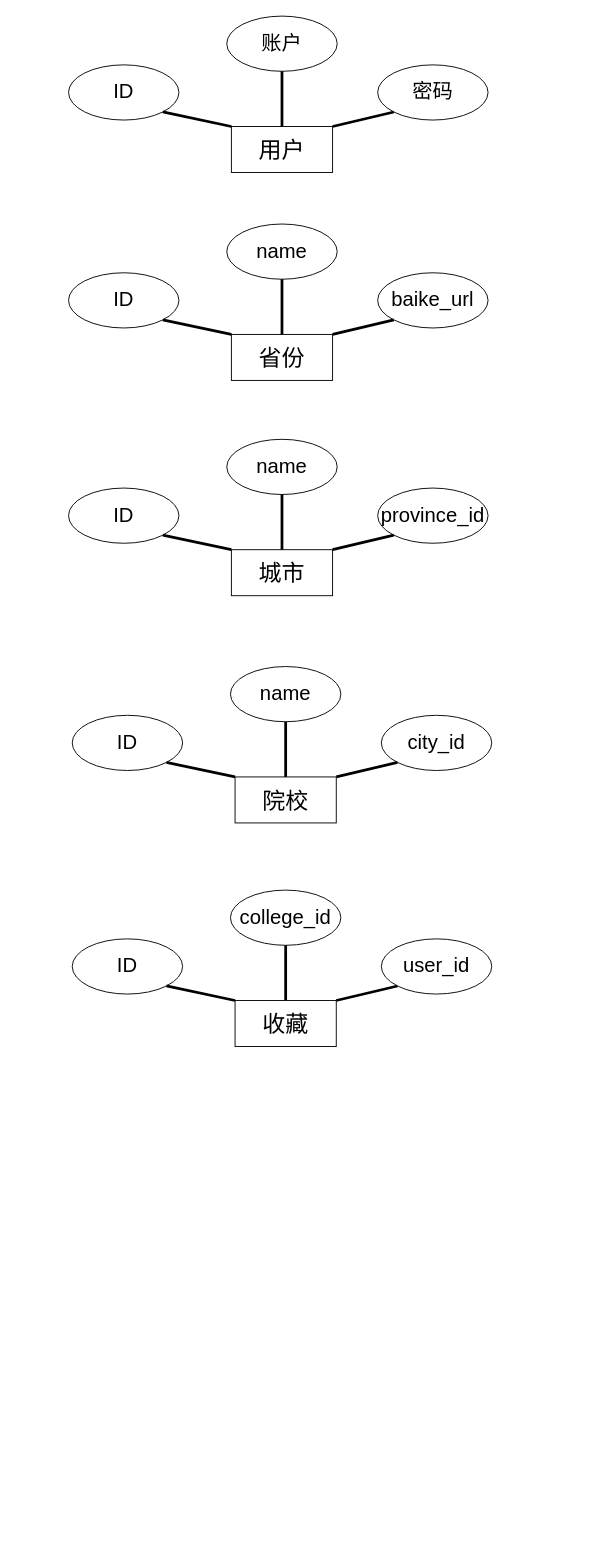
OnetakeDL/iodraw-files keeps this draw.io diagram as user.drawio. Above is the earlier version. Source tidied: cells renumbered, new cells numbered last; positions are measured from the earlier drawing's top-left corner, leaving out a move shared by most shapes. Both pictures are drawn from the tidied source at 92%, with x=0, y=0 at pixel (68, 16).
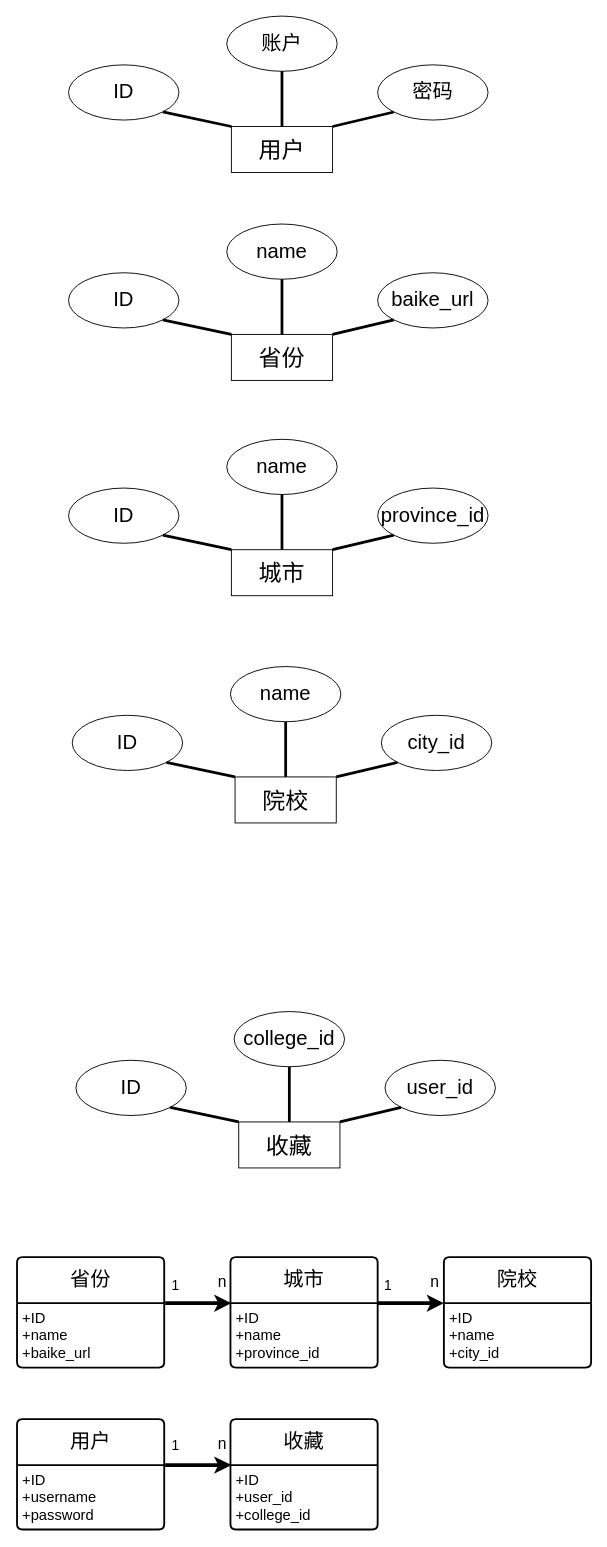
The same diagram, later.

Diff of the diagram source:
```diff
@@
     <mxCell id="30" value="&lt;span style=&quot;font-size: 25px;&quot;&gt;收藏&lt;/span&gt;" style="html=1;whiteSpace=wrap;" parent="1" vertex="1">
-      <mxGeometry x="181" y="1070" width="110" height="50" as="geometry" />
+      <mxGeometry x="185" y="1202" width="110" height="50" as="geometry" />
     </mxCell>
     <mxCell id="31" value="&lt;font style=&quot;font-size: 22px;&quot;&gt;college_id&lt;/font&gt;" style="ellipse;whiteSpace=wrap;html=1;" parent="1" vertex="1">
-      <mxGeometry x="176" y="950" width="120" height="60" as="geometry" />
+      <mxGeometry x="180" y="1082" width="120" height="60" as="geometry" />
     </mxCell>
     <mxCell id="32" value="&lt;font style=&quot;font-size: 22px;&quot;&gt;ID&lt;/font&gt;" style="ellipse;whiteSpace=wrap;html=1;" parent="1" vertex="1">
-      <mxGeometry x="4" y="1003" width="120" height="60" as="geometry" />
+      <mxGeometry x="8" y="1135" width="120" height="60" as="geometry" />
     </mxCell>
     <mxCell id="33" value="&lt;font style=&quot;font-size: 22px;&quot;&gt;user_id&lt;/font&gt;" style="ellipse;whiteSpace=wrap;html=1;" parent="1" vertex="1">
-      <mxGeometry x="340" y="1003" width="120" height="60" as="geometry" />
+      <mxGeometry x="344" y="1135" width="120" height="60" as="geometry" />
     </mxCell>
@@
+    <mxCell id="37" value="&lt;font style=&quot;font-size: 22px;&quot;&gt;省份&lt;/font&gt;" style="swimlane;horizontal=1;startSize=50;rounded=1;fontSize=14;fontStyle=0;strokeWidth=2;shadow=0;dashed=0;align=center;arcSize=4;whiteSpace=wrap;html=1;" parent="1" vertex="1">
+      <mxGeometry x="-56" y="1349" width="160" height="120" as="geometry" />
+    </mxCell>
+    <mxCell id="38" value="&lt;font style=&quot;font-size: 16px;&quot;&gt;+ID&lt;br&gt;+name&lt;br&gt;+baike_url&lt;/font&gt;" style="align=left;strokeColor=none;fillColor=none;spacingLeft=4;fontSize=12;verticalAlign=top;html=1;" parent="37" vertex="1">
+      <mxGeometry y="50" width="160" height="70" as="geometry" />
+    </mxCell>
+    <mxCell id="39" value="&lt;span style=&quot;font-size: 22px;&quot;&gt;城市&lt;/span&gt;" style="swimlane;horizontal=1;startSize=50;rounded=1;fontSize=14;fontStyle=0;strokeWidth=2;shadow=0;dashed=0;align=center;arcSize=4;whiteSpace=wrap;html=1;" parent="1" vertex="1">
+      <mxGeometry x="176" y="1349" width="160" height="120" as="geometry" />
+    </mxCell>
+    <mxCell id="40" value="&lt;font style=&quot;font-size: 16px;&quot;&gt;+ID&lt;br&gt;+name&lt;br&gt;+province_id&lt;/font&gt;" style="align=left;strokeColor=none;fillColor=none;spacingLeft=4;fontSize=12;verticalAlign=top;html=1;" parent="39" vertex="1">
+      <mxGeometry y="50" width="160" height="70" as="geometry" />
+    </mxCell>
+    <mxCell id="41" value="&lt;font style=&quot;font-size: 22px;&quot;&gt;院校&lt;/font&gt;" style="swimlane;horizontal=1;startSize=50;rounded=1;fontSize=14;fontStyle=0;strokeWidth=2;shadow=0;dashed=0;align=center;arcSize=4;whiteSpace=wrap;html=1;" parent="1" vertex="1">
+      <mxGeometry x="408" y="1349" width="160" height="120" as="geometry" />
+    </mxCell>
+    <mxCell id="42" value="&lt;font style=&quot;font-size: 16px;&quot;&gt;+ID&lt;br&gt;+name&lt;br&gt;+city_id&lt;/font&gt;" style="align=left;strokeColor=none;fillColor=none;spacingLeft=4;fontSize=12;verticalAlign=top;html=1;" parent="41" vertex="1">
+      <mxGeometry y="50" width="160" height="70" as="geometry" />
+    </mxCell>
+    <mxCell id="43" style="endArrow=classic;html=1;rounded=0;strokeWidth=4;exitX=1;exitY=0;exitDx=0;exitDy=0;entryX=0;entryY=0;entryDx=0;entryDy=0;endFill=1;" parent="1" edge="1">
+      <mxGeometry relative="1" as="geometry">
+        <mxPoint x="105" y="1399" as="sourcePoint" />
+        <mxPoint x="177" y="1399" as="targetPoint" />
+      </mxGeometry>
+    </mxCell>
+    <mxCell id="44" value="&lt;font style=&quot;font-size: 17px;&quot;&gt;n&lt;/font&gt;" style="edgeLabel;html=1;align=center;verticalAlign=middle;" parent="43" vertex="1">
+      <mxGeometry x="0.78" y="5" relative="1" as="geometry">
+        <mxPoint x="-3" y="-18" as="offset" />
+      </mxGeometry>
+    </mxCell>
+    <mxCell id="45" value="&lt;font style=&quot;font-size: 15px;&quot;&gt;1&lt;/font&gt;" style="edgeLabel;html=1;align=center;verticalAlign=middle;" parent="43" vertex="1">
+      <mxGeometry x="-0.76" y="2" relative="1" as="geometry">
+        <mxPoint x="1" y="-19" as="offset" />
+      </mxGeometry>
+    </mxCell>
+    <mxCell id="46" style="endArrow=classic;html=1;rounded=0;strokeWidth=4;exitX=1;exitY=0;exitDx=0;exitDy=0;entryX=0;entryY=0;entryDx=0;entryDy=0;endFill=1;" parent="1" edge="1">
+      <mxGeometry relative="1" as="geometry">
+        <mxPoint x="336" y="1399" as="sourcePoint" />
+        <mxPoint x="408" y="1399" as="targetPoint" />
+      </mxGeometry>
+    </mxCell>
+    <mxCell id="47" value="&lt;font style=&quot;font-size: 17px;&quot;&gt;n&lt;/font&gt;" style="edgeLabel;html=1;align=center;verticalAlign=middle;" parent="46" vertex="1">
+      <mxGeometry x="0.78" y="5" relative="1" as="geometry">
+        <mxPoint x="-3" y="-18" as="offset" />
+      </mxGeometry>
+    </mxCell>
+    <mxCell id="48" value="&lt;font style=&quot;font-size: 15px;&quot;&gt;1&lt;/font&gt;" style="edgeLabel;html=1;align=center;verticalAlign=middle;" parent="46" vertex="1">
+      <mxGeometry x="-0.76" y="2" relative="1" as="geometry">
+        <mxPoint x="1" y="-19" as="offset" />
+      </mxGeometry>
+    </mxCell>
+    <mxCell id="49" value="&lt;font style=&quot;font-size: 22px;&quot;&gt;用户&lt;/font&gt;" style="swimlane;horizontal=1;startSize=50;rounded=1;fontSize=14;fontStyle=0;strokeWidth=2;shadow=0;dashed=0;align=center;arcSize=4;whiteSpace=wrap;html=1;" parent="1" vertex="1">
+      <mxGeometry x="-56" y="1525" width="160" height="120" as="geometry" />
+    </mxCell>
+    <mxCell id="50" value="&lt;font style=&quot;font-size: 16px;&quot;&gt;+ID&lt;br&gt;+username&lt;br&gt;+password&lt;/font&gt;" style="align=left;strokeColor=none;fillColor=none;spacingLeft=4;fontSize=12;verticalAlign=top;html=1;" parent="49" vertex="1">
+      <mxGeometry y="50" width="160" height="70" as="geometry" />
+    </mxCell>
+    <mxCell id="51" style="endArrow=classic;html=1;rounded=0;strokeWidth=4;exitX=1;exitY=0;exitDx=0;exitDy=0;entryX=0;entryY=0;entryDx=0;entryDy=0;endFill=1;" parent="1" edge="1">
+      <mxGeometry relative="1" as="geometry">
+        <mxPoint x="105" y="1575" as="sourcePoint" />
+        <mxPoint x="177" y="1575" as="targetPoint" />
+      </mxGeometry>
+    </mxCell>
+    <mxCell id="52" value="&lt;font style=&quot;font-size: 17px;&quot;&gt;n&lt;/font&gt;" style="edgeLabel;html=1;align=center;verticalAlign=middle;" parent="51" vertex="1">
+      <mxGeometry x="0.78" y="5" relative="1" as="geometry">
+        <mxPoint x="-3" y="-18" as="offset" />
+      </mxGeometry>
+    </mxCell>
+    <mxCell id="53" value="&lt;font style=&quot;font-size: 15px;&quot;&gt;1&lt;/font&gt;" style="edgeLabel;html=1;align=center;verticalAlign=middle;" parent="51" vertex="1">
+      <mxGeometry x="-0.76" y="2" relative="1" as="geometry">
+        <mxPoint x="1" y="-21" as="offset" />
+      </mxGeometry>
+    </mxCell>
+    <mxCell id="54" value="&lt;span style=&quot;font-size: 22px;&quot;&gt;收藏&lt;/span&gt;" style="swimlane;horizontal=1;startSize=50;rounded=1;fontSize=14;fontStyle=0;strokeWidth=2;shadow=0;dashed=0;align=center;arcSize=4;whiteSpace=wrap;html=1;" parent="1" vertex="1">
+      <mxGeometry x="176" y="1525" width="160" height="120" as="geometry" />
+    </mxCell>
+    <mxCell id="55" value="&lt;font style=&quot;font-size: 16px;&quot;&gt;+ID&lt;br&gt;+user_id&lt;br&gt;+college_id&lt;/font&gt;" style="align=left;strokeColor=none;fillColor=none;spacingLeft=4;fontSize=12;verticalAlign=top;html=1;" parent="54" vertex="1">
+      <mxGeometry y="50" width="160" height="70" as="geometry" />
+    </mxCell>
```
